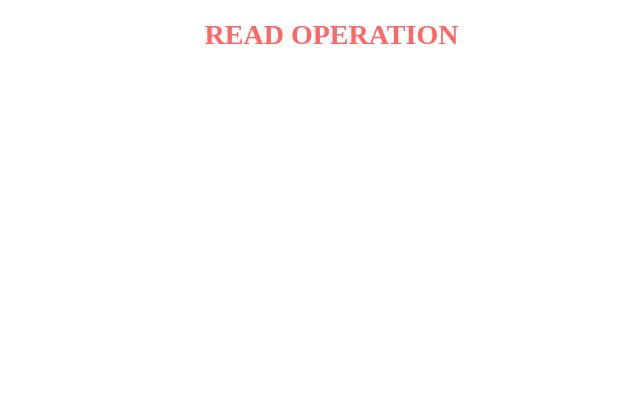
The draw.io diagram page "Page-1" (1 of 2) of EEPROM_FLOWchart.drawio in francis-job/BLOCK_DIAGRAMS, before the edit. Source tidied: cells renumbered, new cells numbered last; positions are measured from the earlier drawing's top-left corner, leaving out a move shared by most shapes. Both pictures are drawn from the tidied source at 100%, with x=0, y=0 at pixel (196, 24).
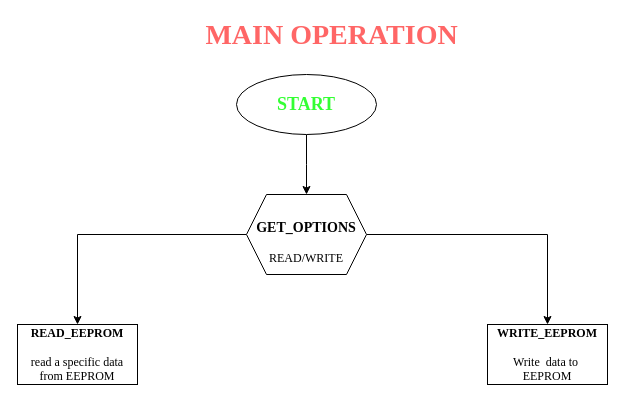
After the change.

The edit, as a diff of the source:
```diff
@@
 <mxGraphModel>
   <root>
     <mxCell id="0" />
     <mxCell id="1" parent="0" />
-    <mxCell id="2" value="&lt;b&gt;&lt;font face=&quot;Times New Roman&quot; color=&quot;#ff6666&quot; style=&quot;font-size: 28px&quot;&gt;READ OPERATION&lt;/font&gt;&lt;/b&gt;" style="text;html=1;align=center;verticalAlign=middle;" parent="1" vertex="1">
+    <mxCell id="2" value="&lt;b&gt;&lt;font face=&quot;Times New Roman&quot; color=&quot;#ff6666&quot; style=&quot;font-size: 28px&quot;&gt;MAIN OPERATION&lt;/font&gt;&lt;/b&gt;" style="text;html=1;align=center;verticalAlign=middle;" parent="1" vertex="1">
       <mxGeometry width="270" height="20" as="geometry" />
     </mxCell>
+    <mxCell id="3" style="edgeStyle=orthogonalEdgeStyle;rounded=0;jettySize=auto;html=1;exitX=0.5;exitY=1;exitDx=0;exitDy=0;" parent="1" edge="1" source="4">
+      <mxGeometry relative="1" as="geometry">
+        <mxPoint x="110" y="170" as="targetPoint" />
+      </mxGeometry>
+    </mxCell>
+    <mxCell id="4" value="&lt;font face=&quot;Times New Roman&quot; color=&quot;#33ff33&quot; style=&quot;font-size: 18px&quot;&gt;&lt;b&gt;START&lt;/b&gt;&lt;/font&gt;" style="ellipse;whiteSpace=wrap;html=1;" parent="1" vertex="1">
+      <mxGeometry x="40" y="50" width="140" height="60" as="geometry" />
+    </mxCell>
+    <mxCell id="5" style="edgeStyle=orthogonalEdgeStyle;rounded=0;jettySize=auto;html=1;exitX=0;exitY=0.5;exitDx=0;exitDy=0;entryX=0.5;entryY=0;entryDx=0;entryDy=0;" parent="1" edge="1" source="7" target="8">
+      <mxGeometry relative="1" as="geometry" />
+    </mxCell>
+    <mxCell id="6" style="edgeStyle=orthogonalEdgeStyle;rounded=0;jettySize=auto;html=1;exitX=1;exitY=0.5;exitDx=0;exitDy=0;" parent="1" edge="1" source="7" target="9">
+      <mxGeometry relative="1" as="geometry" />
+    </mxCell>
+    <mxCell id="7" value="&lt;span style=&quot;font-family: &amp;#34;times new roman&amp;#34; ; font-size: 14px&quot;&gt;&lt;b&gt;&lt;br&gt;GET_OPTIONS&lt;/b&gt;&lt;/span&gt;&lt;br style=&quot;font-family: &amp;#34;times new roman&amp;#34;&quot;&gt;&lt;br style=&quot;font-family: &amp;#34;times new roman&amp;#34;&quot;&gt;&lt;font style=&quot;font-family: &amp;#34;times new roman&amp;#34;&quot;&gt;READ/WRITE&lt;/font&gt;" style="shape=hexagon;perimeter=hexagonPerimeter2;whiteSpace=wrap;html=1;fixedSize=1;" parent="1" vertex="1">
+      <mxGeometry x="50" y="170" width="120" height="80" as="geometry" />
+    </mxCell>
+    <mxCell id="8" value="&lt;font face=&quot;Times New Roman&quot;&gt;&lt;b&gt;READ_EEPROM&lt;/b&gt;&lt;br&gt;&lt;br&gt;read a specific data from EEPROM&lt;/font&gt;" style="rounded=0;whiteSpace=wrap;html=1;" parent="1" vertex="1">
+      <mxGeometry x="-179" y="300" width="120" height="60" as="geometry" />
+    </mxCell>
+    <mxCell id="9" value="&lt;font face=&quot;Times New Roman&quot;&gt;&lt;b&gt;WRITE_EEPROM&lt;/b&gt;&lt;br&gt;&lt;br&gt;Write&amp;nbsp; data to&amp;nbsp; EEPROM&lt;/font&gt;" style="rounded=0;whiteSpace=wrap;html=1;" parent="1" vertex="1">
+      <mxGeometry x="291" y="300" width="120" height="60" as="geometry" />
+    </mxCell>
   </root>
 </mxGraphModel>
```
